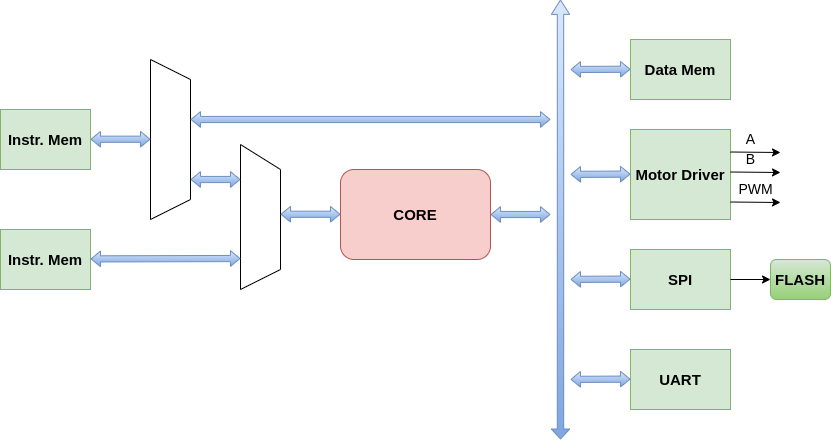
Above: docs/ecore.png in ee-uet/UETRV-ECORE (draw.io), before the change. Source tidied: cells renumbered, new cells last; positions are measured from the earlier drawing's top-left corner, leaving out a move shared by most shapes.
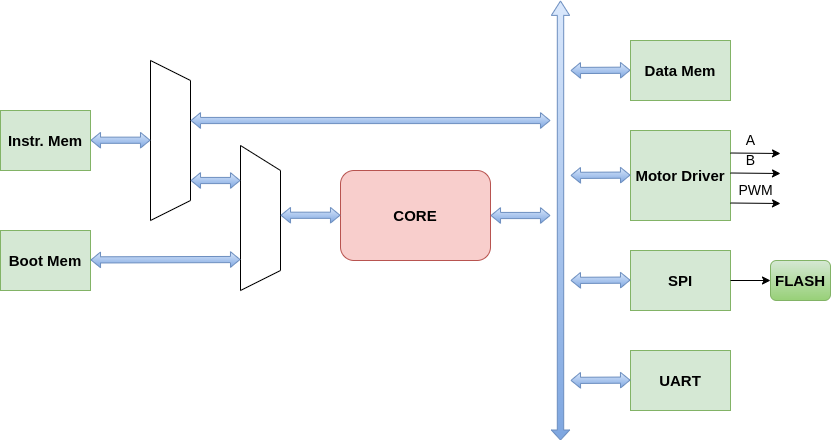
The same diagram one commit later.

Commit message:
Block diagram updated

What changed in the source:
```diff
@@ -134,7 +134,7 @@
     <mxCell id="27" value="&lt;b&gt;Instr. Mem&lt;/b&gt;" style="rounded=0;whiteSpace=wrap;html=1;fontSize=15;fillColor=#d5e8d4;strokeColor=#82b366;" parent="1" vertex="1">
       <mxGeometry y="110" width="90" height="60" as="geometry" />
     </mxCell>
-    <mxCell id="28" value="&lt;b&gt;Instr. Mem&lt;/b&gt;" style="rounded=0;whiteSpace=wrap;html=1;fontSize=15;fillColor=#d5e8d4;strokeColor=#82b366;" parent="1" vertex="1">
+    <mxCell id="28" value="&lt;b&gt;Boot Mem&lt;/b&gt;" style="rounded=0;whiteSpace=wrap;html=1;fontSize=15;fillColor=#d5e8d4;strokeColor=#82b366;" parent="1" vertex="1">
       <mxGeometry y="230" width="90" height="60" as="geometry" />
     </mxCell>
     <mxCell id="29" style="shape=flexArrow;endArrow=classic;startArrow=classic;html=1;rounded=0;fontSize=15;width=6.176470588235294;startSize=2.8441176470588236;startWidth=8.477508650519031;endWidth=8.477508650519031;endSize=2.8441176470588236;fillColor=#dae8fc;gradientColor=#7ea6e0;strokeColor=#6c8ebf;" parent="1" edge="1">
```
